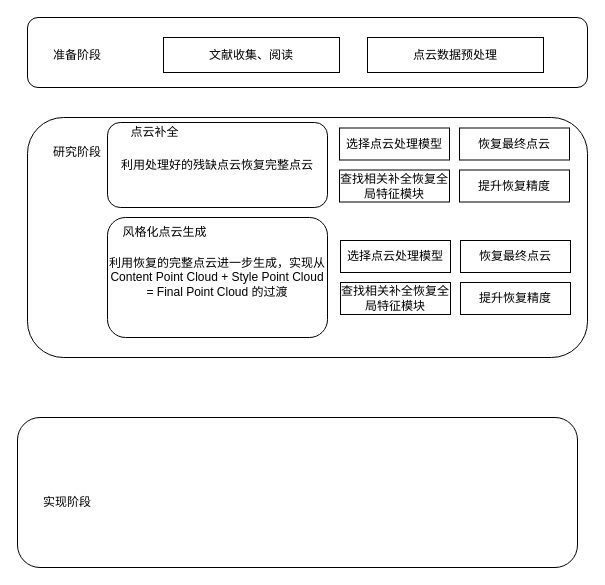
Earlier version of the draw.io diagram bishe.drawio (susu-attempt/pointrans). Source tidied: cells renumbered, new cells numbered last; positions are measured from the earlier drawing's top-left corner, leaving out a move shared by most shapes. Both pictures are drawn from the tidied source at 100%, with x=0, y=0 at pixel (17, 17).
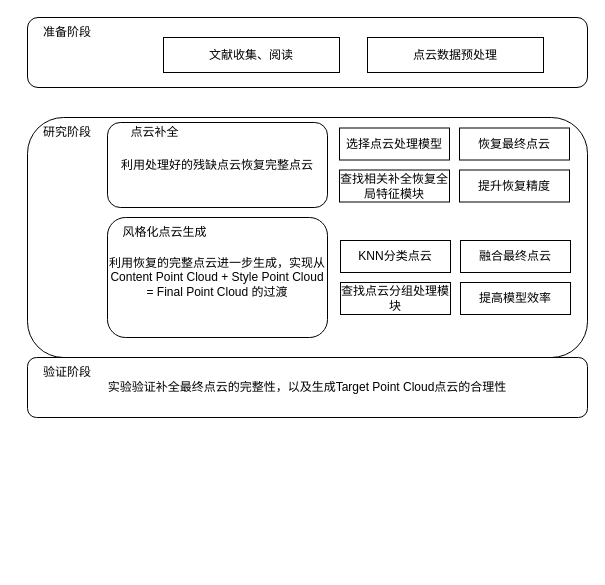
After the change.

Diff of the diagram source:
```diff
@@
-    <mxCell id="4" style="rounded=1;whiteSpace=wrap;html=1;" parent="1" vertex="1">
-      <mxGeometry y="400" width="560" height="150" as="geometry" />
+    <mxCell id="4" value="实验验证补全最终点云的完整性，以及生成Target Point Cloud点云的合理性" style="rounded=1;whiteSpace=wrap;html=1;" parent="1" vertex="1">
+      <mxGeometry x="10" y="340" width="560" height="60" as="geometry" />
     </mxCell>
     <mxCell id="5" value="准备阶段" style="text;html=1;align=center;verticalAlign=middle;whiteSpace=wrap;rounded=0;" parent="1" vertex="1">
-      <mxGeometry x="30" y="22.5" width="60" height="30" as="geometry" />
+      <mxGeometry x="20" width="60" height="30" as="geometry" />
     </mxCell>
     <mxCell id="6" value="研究阶段" style="text;html=1;align=center;verticalAlign=middle;whiteSpace=wrap;rounded=0;" parent="1" vertex="1">
-      <mxGeometry x="30" y="120" width="60" height="30" as="geometry" />
+      <mxGeometry x="20" y="100" width="60" height="30" as="geometry" />
     </mxCell>
-    <mxCell id="7" value="实现阶段" style="text;html=1;align=center;verticalAlign=middle;whiteSpace=wrap;rounded=0;" parent="1" vertex="1">
-      <mxGeometry x="20" y="470" width="60" height="30" as="geometry" />
+    <mxCell id="7" value="验证阶段" style="text;html=1;align=center;verticalAlign=middle;whiteSpace=wrap;rounded=0;" parent="1" vertex="1">
+      <mxGeometry x="20" y="340" width="60" height="30" as="geometry" />
     </mxCell>
@@
-    <mxCell id="18" value="选择点云处理模型" style="rounded=0;whiteSpace=wrap;html=1;" parent="1" vertex="1">
+    <mxCell id="18" value="KNN分类点云" style="rounded=0;whiteSpace=wrap;html=1;" parent="1" vertex="1">
       <mxGeometry x="323" y="223" width="110" height="32" as="geometry" />
     </mxCell>
-    <mxCell id="19" value="查找相关补全恢复全局特征模块" style="rounded=0;whiteSpace=wrap;html=1;" parent="1" vertex="1">
+    <mxCell id="19" value="查找点云分组处理模块" style="rounded=0;whiteSpace=wrap;html=1;" parent="1" vertex="1">
       <mxGeometry x="323" y="265" width="110" height="32" as="geometry" />
     </mxCell>
-    <mxCell id="20" value="恢复最终点云" style="rounded=0;whiteSpace=wrap;html=1;" parent="1" vertex="1">
+    <mxCell id="20" value="融合最终点云" style="rounded=0;whiteSpace=wrap;html=1;" parent="1" vertex="1">
       <mxGeometry x="443" y="223" width="110" height="32" as="geometry" />
     </mxCell>
-    <mxCell id="21" value="提升恢复精度" style="rounded=0;whiteSpace=wrap;html=1;" parent="1" vertex="1">
+    <mxCell id="21" value="提高模型效率" style="rounded=0;whiteSpace=wrap;html=1;" parent="1" vertex="1">
       <mxGeometry x="443" y="265" width="110" height="32" as="geometry" />
     </mxCell>
```
